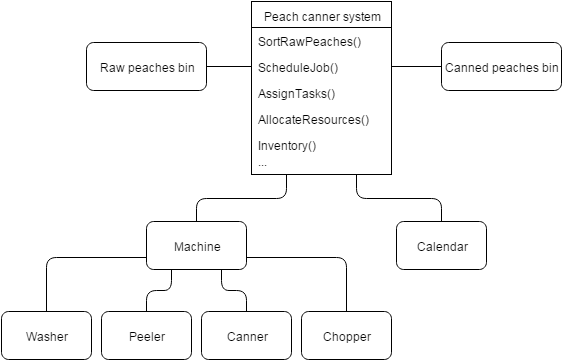
Earlier version of the draw.io export Bilder/Poltergeist2.png (Mudvayne/HS). Source tidied: cells renumbered, new cells last; positions are measured from the earlier drawing's top-left corner, leaving out a move shared by most shapes.
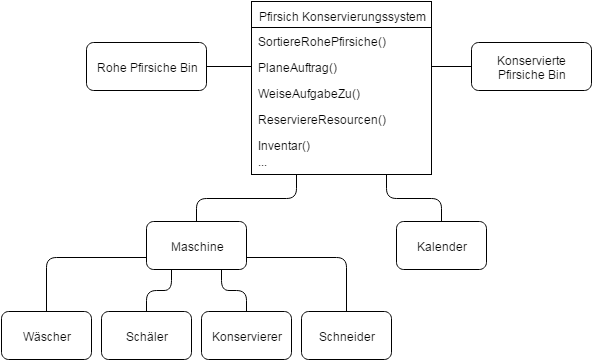
The same diagram one commit later.

What changed in the source:
```diff
@@ -5,63 +5,66 @@
     <mxCell id="2" style="edgeStyle=orthogonalEdgeStyle;rounded=1;html=1;exitX=0.5;exitY=0;entryX=0.25;entryY=1;endArrow=none;endFill=0;jettySize=auto;strokeColor=#000000;" parent="1" edge="1" source="3" target="15">
       <mxGeometry relative="1" as="geometry" />
     </mxCell>
-    <mxCell id="3" value="Peeler" style="rounded=1;whiteSpace=wrap;html=1;" parent="1" vertex="1">
+    <mxCell id="3" value="Schäler" style="rounded=1;whiteSpace=wrap;html=1;" parent="1" vertex="1">
       <mxGeometry x="100" y="310" width="90" height="48" as="geometry" />
     </mxCell>
     <mxCell id="4" style="edgeStyle=orthogonalEdgeStyle;rounded=1;html=1;exitX=0.5;exitY=0;entryX=0;entryY=0.75;endArrow=none;endFill=0;jettySize=auto;strokeColor=#000000;" parent="1" edge="1" source="5" target="15">
       <mxGeometry relative="1" as="geometry" />
     </mxCell>
-    <mxCell id="5" value="Washer" style="rounded=1;whiteSpace=wrap;html=1;" parent="1" vertex="1">
+    <mxCell id="5" value="Wäscher" style="rounded=1;whiteSpace=wrap;html=1;" parent="1" vertex="1">
       <mxGeometry y="310" width="90" height="48" as="geometry" />
     </mxCell>
     <mxCell id="6" style="edgeStyle=orthogonalEdgeStyle;rounded=1;html=1;exitX=1;exitY=0.5;entryX=0;entryY=0.5;endArrow=none;endFill=0;jettySize=auto;strokeColor=#000000;" parent="1" edge="1" source="7" target="18">
       <mxGeometry relative="1" as="geometry" />
     </mxCell>
-    <mxCell id="7" value="Raw peaches bin" style="rounded=1;whiteSpace=wrap;html=1;" parent="1" vertex="1">
+    <mxCell id="7" value="Rohe Pfirsiche Bin" style="rounded=1;whiteSpace=wrap;html=1;" parent="1" vertex="1">
       <mxGeometry x="85" y="41" width="120" height="48" as="geometry" />
     </mxCell>
     <mxCell id="8" style="edgeStyle=orthogonalEdgeStyle;rounded=1;html=1;exitX=0.5;exitY=0;entryX=1;entryY=0.75;endArrow=none;endFill=0;jettySize=auto;strokeColor=#000000;" parent="1" edge="1" source="9" target="15">
       <mxGeometry relative="1" as="geometry" />
     </mxCell>
-    <mxCell id="9" value="Chopper" style="rounded=1;whiteSpace=wrap;html=1;" parent="1" vertex="1">
+    <mxCell id="9" value="Schneider" style="rounded=1;whiteSpace=wrap;html=1;" parent="1" vertex="1">
       <mxGeometry x="300" y="310" width="90" height="48" as="geometry" />
     </mxCell>
     <mxCell id="10" style="edgeStyle=orthogonalEdgeStyle;rounded=1;html=1;exitX=0.5;exitY=0;entryX=0.75;entryY=1;endArrow=none;endFill=0;jettySize=auto;strokeColor=#000000;" parent="1" edge="1" source="11" target="15">
       <mxGeometry relative="1" as="geometry" />
     </mxCell>
-    <mxCell id="11" value="Canner" style="rounded=1;whiteSpace=wrap;html=1;" parent="1" vertex="1">
+    <mxCell id="11" value="Konservierer" style="rounded=1;whiteSpace=wrap;html=1;" parent="1" vertex="1">
       <mxGeometry x="200" y="310" width="90" height="48" as="geometry" />
     </mxCell>
     <mxCell id="12" style="edgeStyle=orthogonalEdgeStyle;rounded=1;html=1;exitX=0.5;exitY=0;entryX=0.75;entryY=1;endArrow=none;endFill=0;jettySize=auto;strokeColor=#000000;" parent="1" edge="1" source="13" target="16">
       <mxGeometry relative="1" as="geometry" />
     </mxCell>
-    <mxCell id="13" value="Calendar" style="rounded=1;whiteSpace=wrap;html=1;" parent="1" vertex="1">
+    <mxCell id="13" value="Kalender" style="rounded=1;whiteSpace=wrap;html=1;" parent="1" vertex="1">
       <mxGeometry x="395" y="220" width="90" height="48" as="geometry" />
     </mxCell>
     <mxCell id="14" style="edgeStyle=orthogonalEdgeStyle;rounded=1;html=1;exitX=0.5;exitY=0;entryX=0.25;entryY=1;endArrow=none;endFill=0;jettySize=auto;strokeColor=#000000;" parent="1" edge="1" source="15" target="16">
       <mxGeometry relative="1" as="geometry" />
     </mxCell>
-    <mxCell id="15" value="Machine" style="rounded=1;whiteSpace=wrap;html=1;" parent="1" vertex="1">
+    <mxCell id="15" value="Maschine" style="rounded=1;whiteSpace=wrap;html=1;" parent="1" vertex="1">
       <mxGeometry x="145" y="220" width="100" height="48" as="geometry" />
     </mxCell>
-    <mxCell id="16" value="Peach canner system" style="swimlane;html=1;fontStyle=0;horizontal=1;startSize=26;fillColor=none;swimlaneFillColor=#ffffff;" parent="1" vertex="1">
-      <mxGeometry x="250" width="140" height="173" as="geometry" />
+    <mxCell id="16" value="Pfirsich Konservierungssystem" style="swimlane;html=1;fontStyle=0;horizontal=1;startSize=26;fillColor=none;swimlaneFillColor=#ffffff;" parent="1" vertex="1">
+      <mxGeometry x="250" width="180" height="173" as="geometry" />
     </mxCell>
-    <mxCell id="17" value="SortRawPeaches()" style="text;html=1;strokeColor=none;fillColor=none;align=left;verticalAlign=top;spacingLeft=4;spacingRight=4;whiteSpace=wrap;overflow=hidden;" parent="16" vertex="1">
-      <mxGeometry y="26" width="140" height="26" as="geometry" />
+    <mxCell id="17" value="SortiereRohePfirsiche()" style="text;html=1;strokeColor=none;fillColor=none;align=left;verticalAlign=top;spacingLeft=4;spacingRight=4;whiteSpace=wrap;overflow=hidden;" parent="16" vertex="1">
+      <mxGeometry y="26" width="180" height="26" as="geometry" />
     </mxCell>
-    <mxCell id="18" value="ScheduleJob()" style="text;html=1;strokeColor=none;fillColor=none;align=left;verticalAlign=top;spacingLeft=4;spacingRight=4;whiteSpace=wrap;overflow=hidden;points=[[0,0.5],[1,0.5]];portConstraint=eastwest;" parent="16" vertex="1">
-      <mxGeometry y="52" width="140" height="26" as="geometry" />
+    <mxCell id="18" value="PlaneAuftrag()" style="text;html=1;strokeColor=none;fillColor=none;align=left;verticalAlign=top;spacingLeft=4;spacingRight=4;whiteSpace=wrap;overflow=hidden;points=[[0,0.5],[1,0.5]];portConstraint=eastwest;" parent="16" vertex="1">
+      <mxGeometry y="52" width="180" height="26" as="geometry" />
     </mxCell>
-    <mxCell id="19" value="AssignTasks()" style="text;html=1;strokeColor=none;fillColor=none;align=left;verticalAlign=top;spacingLeft=4;spacingRight=4;whiteSpace=wrap;overflow=hidden;" parent="16" vertex="1">
-      <mxGeometry y="78" width="140" height="26" as="geometry" />
+    <mxCell id="19" value="WeiseAufgabeZu()" style="text;html=1;strokeColor=none;fillColor=none;align=left;verticalAlign=top;spacingLeft=4;spacingRight=4;whiteSpace=wrap;overflow=hidden;" parent="16" vertex="1">
+      <mxGeometry y="78" width="180" height="26" as="geometry" />
     </mxCell>
-    <mxCell id="20" value="AllocateResources()" style="text;html=1;strokeColor=none;fillColor=none;align=left;verticalAlign=top;spacingLeft=4;spacingRight=4;whiteSpace=wrap;overflow=hidden;" parent="16" vertex="1">
-      <mxGeometry y="104" width="140" height="26" as="geometry" />
+    <mxCell id="20" value="ReserviereResourcen()" style="text;html=1;strokeColor=none;fillColor=none;align=left;verticalAlign=top;spacingLeft=4;spacingRight=4;whiteSpace=wrap;overflow=hidden;" parent="16" vertex="1">
+      <mxGeometry y="104" width="180" height="26" as="geometry" />
     </mxCell>
-    <mxCell id="21" value="Inventory()" style="text;html=1;strokeColor=none;fillColor=none;align=left;verticalAlign=top;spacingLeft=4;spacingRight=4;whiteSpace=wrap;overflow=hidden;points=[[0,0.5],[1,0.5]];portConstraint=eastwest;" parent="16" vertex="1">
-      <mxGeometry y="130" width="140" height="26" as="geometry" />
+    <mxCell id="21" value="Inventar()" style="text;html=1;strokeColor=none;fillColor=none;align=left;verticalAlign=top;spacingLeft=4;spacingRight=4;whiteSpace=wrap;overflow=hidden;points=[[0,0.5],[1,0.5]];portConstraint=eastwest;" parent="16" vertex="1">
+      <mxGeometry y="130" width="180" height="26" as="geometry" />
     </mxCell>
+    <mxCell id="27" style="edgeStyle=orthogonalEdgeStyle;rounded=1;html=1;exitX=1;exitY=0.5;entryX=1;entryY=0.5;endArrow=none;endFill=0;jettySize=auto;orthogonalLoop=1;strokeColor=#000000;" parent="16" edge="1" source="21" target="21">
+      <mxGeometry relative="1" as="geometry" />
+    </mxCell>
     <mxCell id="22" style="edgeStyle=orthogonalEdgeStyle;rounded=1;html=1;exitX=0.75;exitY=0;entryX=0.75;entryY=0;endArrow=none;endFill=0;jettySize=auto;orthogonalLoop=1;strokeColor=#000000;" parent="1" edge="1" source="7" target="7">
       <mxGeometry relative="1" as="geometry" />
     </mxCell>
@@ -74,8 +77,8 @@
     <mxCell id="24" style="edgeStyle=orthogonalEdgeStyle;rounded=1;html=1;exitX=0;exitY=0.5;entryX=1;entryY=0.5;endArrow=none;endFill=0;jettySize=auto;strokeColor=#000000;" parent="1" edge="1" source="25" target="18">
       <mxGeometry relative="1" as="geometry" />
     </mxCell>
-    <mxCell id="25" value="Canned peaches bin" style="rounded=1;whiteSpace=wrap;html=1;" parent="1" vertex="1">
-      <mxGeometry x="440" y="41" width="120" height="48" as="geometry" />
+    <mxCell id="25" value="Konservierte Pfirsiche Bin" style="rounded=1;whiteSpace=wrap;html=1;" parent="1" vertex="1">
+      <mxGeometry x="470" y="41" width="120" height="48" as="geometry" />
     </mxCell>
     <mxCell id="26" value="..." style="text;html=1;strokeColor=none;fillColor=none;align=left;verticalAlign=top;spacingLeft=4;spacingRight=4;whiteSpace=wrap;overflow=hidden;" parent="1" vertex="1">
       <mxGeometry x="250" y="146" width="140" height="26" as="geometry" />
```
